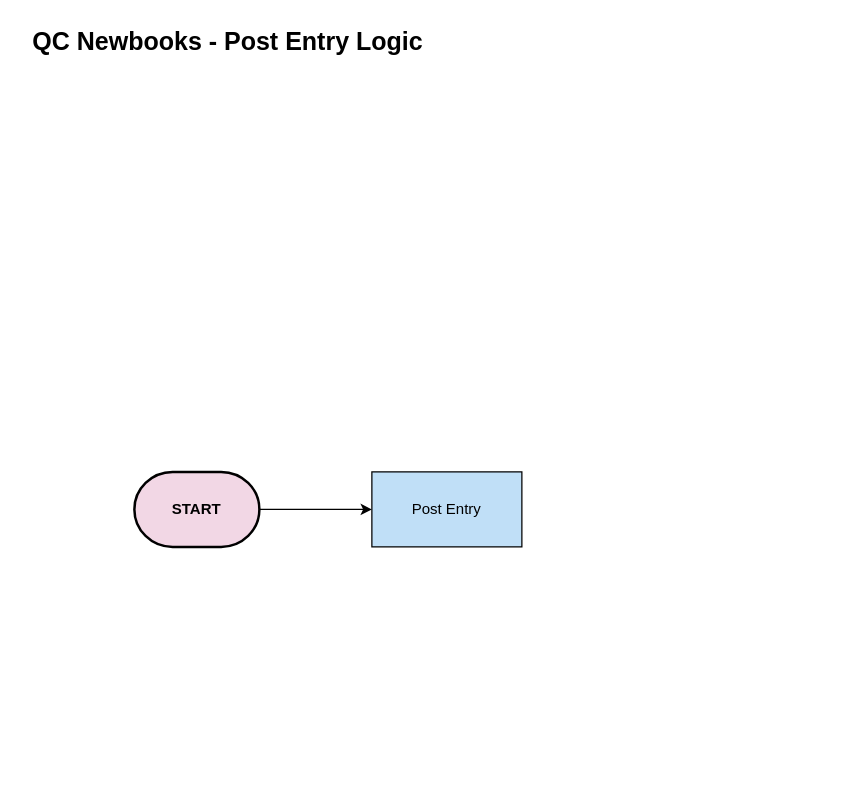
tatianacastro1904-prog/diagram-qc-new-books keeps this draw.io diagram as page "Part A — Flowchart" (1 of 2) of QC_NewBooks_Diagrams.drawio. Above is the earlier version. Source tidied: cells renumbered, new cells numbered last; positions are measured from the earlier drawing's top-left corner, leaving out a move shared by most shapes. Both pictures are drawn from the tidied source at 125%, with x=0, y=0 at pixel (21, 21).
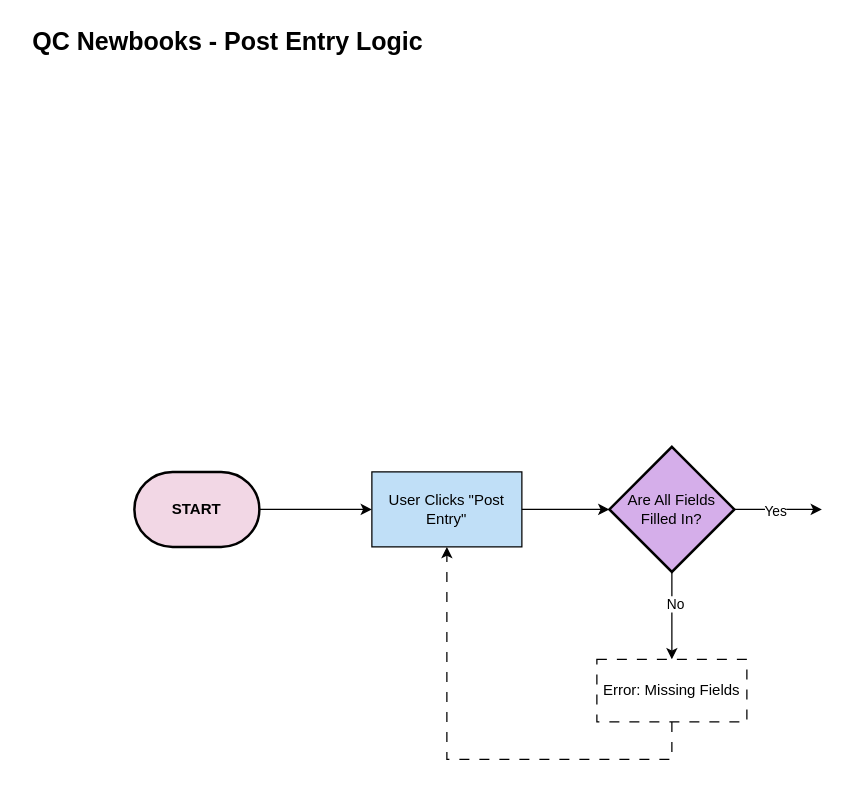
After the change.

What changed in the source:
```diff
@@
 <mxGraphModel>
   <root>
     <mxCell id="0" />
     <mxCell id="1" parent="0" />
     <mxCell id="2" value="QC Newbooks - Post Entry Logic" style="text;html=1;whiteSpace=wrap;strokeColor=none;fillColor=none;align=center;verticalAlign=middle;rounded=0;fontStyle=1;fontSize=20;" parent="1" vertex="1">
       <mxGeometry width="330" height="30" as="geometry" />
     </mxCell>
     <mxCell id="3" style="edgeStyle=orthogonalEdgeStyle;rounded=0;jettySize=auto;html=1;exitX=1;exitY=0.5;exitDx=0;exitDy=0;exitPerimeter=0;entryX=0;entryY=0.5;entryDx=0;entryDy=0;" parent="1" edge="1" source="4" target="5">
       <mxGeometry relative="1" as="geometry" />
     </mxCell>
     <mxCell id="4" value="&lt;b&gt;START&lt;/b&gt;" style="strokeWidth=2;html=1;shape=mxgraph.flowchart.terminator;whiteSpace=wrap;gradientColor=none;fillColor=#F2D7E5;" parent="1" vertex="1">
       <mxGeometry x="90" y="360" width="100" height="60" as="geometry" />
     </mxCell>
-    <mxCell id="5" value="Post Entry" style="rounded=0;whiteSpace=wrap;html=1;fillColor=light-dark(#c0dff7, #ededed);" parent="1" vertex="1">
+    <mxCell id="5" value="User Clicks &quot;Post Entry&quot;" style="rounded=0;whiteSpace=wrap;html=1;fillColor=light-dark(#c0dff7, #ededed);" parent="1" vertex="1">
       <mxGeometry x="280" y="360" width="120" height="60" as="geometry" />
     </mxCell>
+    <mxCell id="6" style="edgeStyle=orthogonalEdgeStyle;rounded=0;jettySize=auto;html=1;exitX=0.5;exitY=1;exitDx=0;exitDy=0;exitPerimeter=0;entryX=0.5;entryY=0;entryDx=0;entryDy=0;" parent="1" edge="1" source="10" target="13">
+      <mxGeometry relative="1" as="geometry" />
+    </mxCell>
+    <mxCell id="7" value="No" style="edgeLabel;html=1;align=center;verticalAlign=middle;" parent="6" vertex="1">
+      <mxGeometry x="-0.29" y="2" relative="1" as="geometry" />
+    </mxCell>
+    <mxCell id="8" style="edgeStyle=orthogonalEdgeStyle;rounded=0;jettySize=auto;html=1;exitX=1;exitY=0.5;exitDx=0;exitDy=0;exitPerimeter=0;" parent="1" edge="1" source="10">
+      <mxGeometry relative="1" as="geometry">
+        <mxPoint x="640" y="390" as="targetPoint" />
+      </mxGeometry>
+    </mxCell>
+    <mxCell id="9" value="Yes" style="edgeLabel;html=1;align=center;verticalAlign=middle;" parent="8" vertex="1">
+      <mxGeometry x="-0.09" y="-1" relative="1" as="geometry" />
+    </mxCell>
+    <mxCell id="10" value="Are All Fields Filled In?" style="strokeWidth=2;html=1;shape=mxgraph.flowchart.decision;whiteSpace=wrap;fillColor=light-dark(#d5aeea, #ededed);" parent="1" vertex="1">
+      <mxGeometry x="470" y="340" width="100" height="100" as="geometry" />
+    </mxCell>
+    <mxCell id="11" style="edgeStyle=orthogonalEdgeStyle;rounded=0;jettySize=auto;html=1;exitX=1;exitY=0.5;exitDx=0;exitDy=0;entryX=0;entryY=0.5;entryDx=0;entryDy=0;entryPerimeter=0;" parent="1" edge="1" source="5" target="10">
+      <mxGeometry relative="1" as="geometry" />
+    </mxCell>
+    <mxCell id="12" style="edgeStyle=orthogonalEdgeStyle;rounded=0;jettySize=auto;html=1;exitX=0.5;exitY=1;exitDx=0;exitDy=0;entryX=0.5;entryY=1;entryDx=0;entryDy=0;dashed=1;dashPattern=8 8;" parent="1" edge="1" source="13" target="5">
+      <mxGeometry relative="1" as="geometry">
+        <Array as="points">
+          <mxPoint x="520" y="590" />
+          <mxPoint x="340" y="590" />
+        </Array>
+      </mxGeometry>
+    </mxCell>
+    <mxCell id="13" value="Error: Missing Fields" style="html=1;dashed=1;whiteSpace=wrap;dashPattern=8 8;" parent="1" vertex="1">
+      <mxGeometry x="460" y="510" width="120" height="50" as="geometry" />
+    </mxCell>
   </root>
 </mxGraphModel>
```
